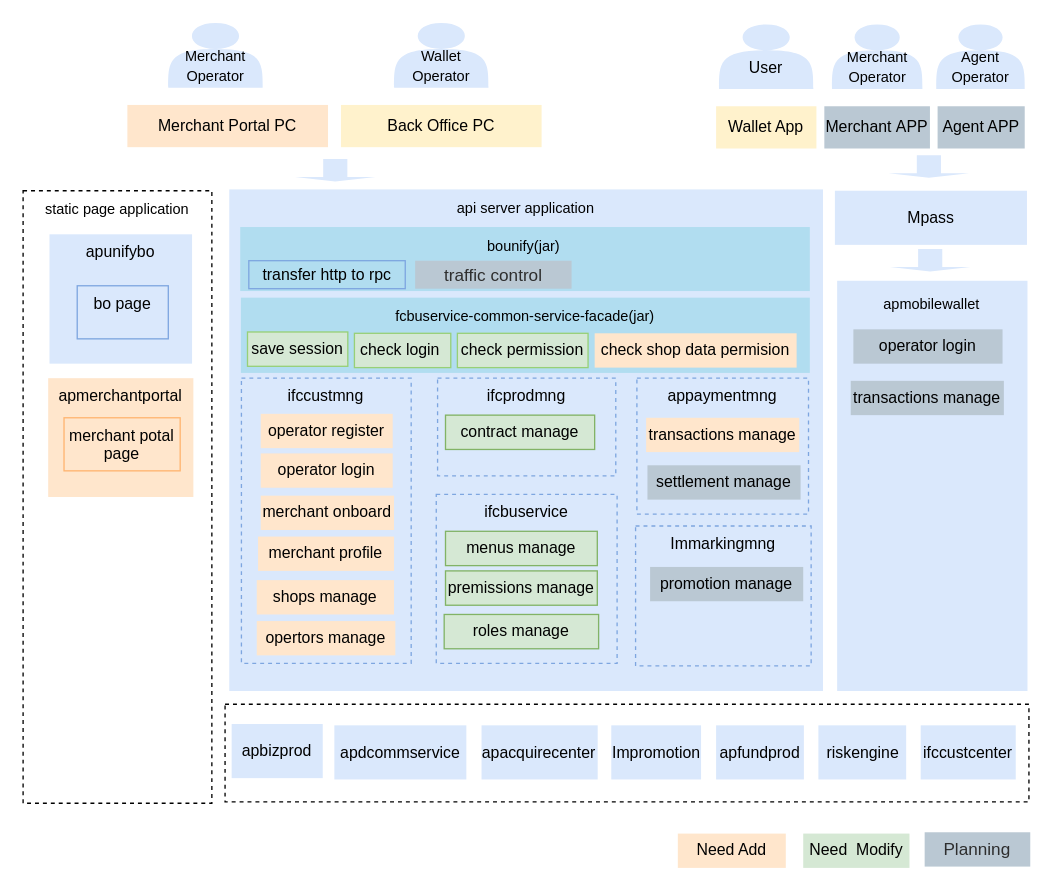
renqiuming/drawio keeps this draw.io diagram as page "架构图" (1 of 3) of Merchant portal.drawio. Above is the earlier version. Source tidied: cells renumbered, new cells numbered last; positions are measured from the earlier drawing's top-left corner, leaving out a move shared by most shapes. Both pictures are drawn from the tidied source at 132%, with x=0, y=0 at pixel (22, 22).
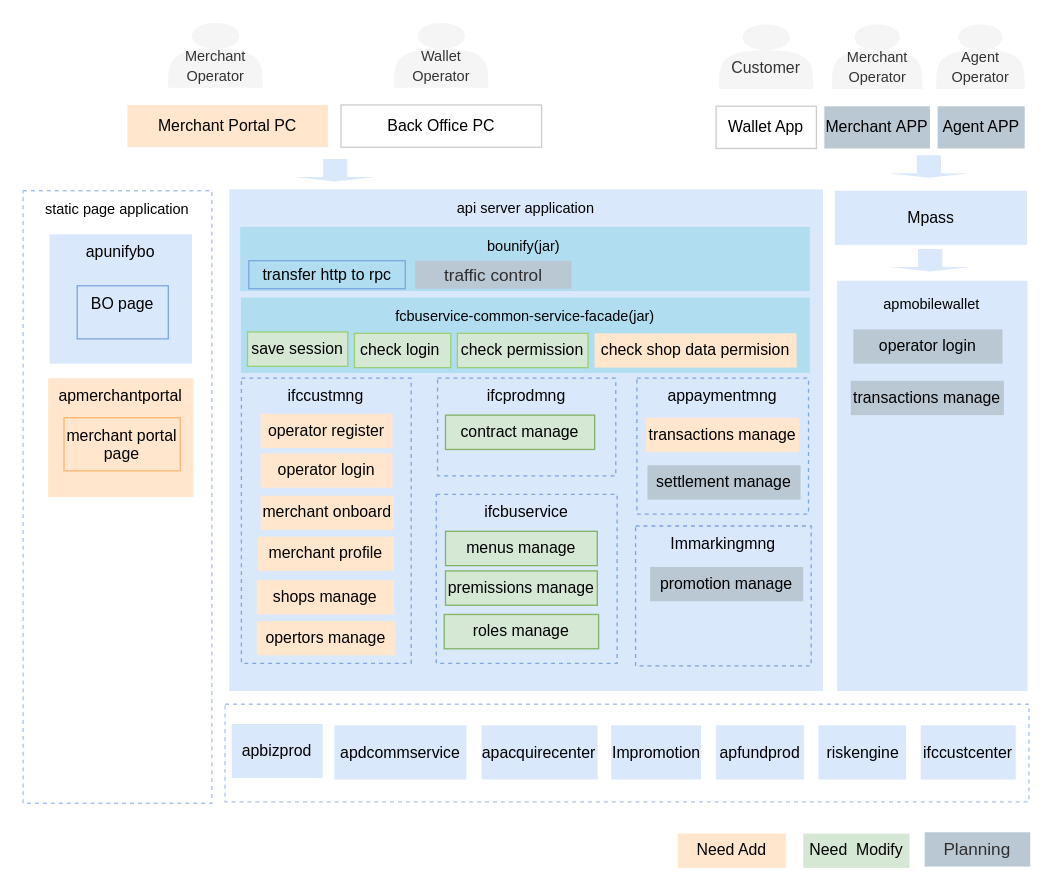
The same diagram, later.

The edit, as a diff of the source:
```diff
@@
-    <mxCell id="11" value="&lt;font style=&quot;font-size: 11px;&quot;&gt;&lt;br style=&quot;font-size: 11px;&quot;&gt;Agent&lt;br&gt;Operator&lt;/font&gt;" style="shape=actor;whiteSpace=wrap;html=1;fillColor=#dae8fc;strokeColor=none;" parent="1" vertex="1">
+    <mxCell id="11" value="&lt;font style=&quot;font-size: 11px;&quot;&gt;&lt;br style=&quot;font-size: 11px;&quot;&gt;Agent&lt;br&gt;Operator&lt;/font&gt;" style="shape=actor;whiteSpace=wrap;html=1;fillColor=#f5f5f5;strokeColor=none;fontColor=#333333;" parent="1" vertex="1">
       <mxGeometry x="691.8" y="1" width="67" height="49" as="geometry" />
     </mxCell>
-    <mxCell id="12" value="&lt;div style=&quot;text-align: start;&quot;&gt;&lt;span style=&quot;font-size: 11px; text-align: center;&quot;&gt;static page application&lt;/span&gt;&lt;br&gt;&lt;/div&gt;" style="rounded=0;whiteSpace=wrap;html=1;fillColor=none;dashed=1;verticalAlign=top;horizontal=1;" parent="1" vertex="1">
+    <mxCell id="12" value="&lt;div style=&quot;text-align: start;&quot;&gt;&lt;span style=&quot;font-size: 11px; text-align: center;&quot;&gt;static page application&lt;/span&gt;&lt;br&gt;&lt;/div&gt;" style="rounded=0;whiteSpace=wrap;html=1;fillColor=none;dashed=1;verticalAlign=top;horizontal=1;strokeColor=#A9C4EB;" parent="1" vertex="1">
       <mxGeometry y="127" width="143" height="464" as="geometry" />
     </mxCell>
@@
-    <mxCell id="16" value="&lt;font style=&quot;font-size: 11px;&quot;&gt;&lt;br style=&quot;font-size: 11px;&quot;&gt;Merchant &lt;br&gt;Operator&lt;/font&gt;" style="shape=actor;whiteSpace=wrap;html=1;fillColor=#dae8fc;strokeColor=none;" parent="1" vertex="1">
+    <mxCell id="16" value="&lt;font style=&quot;font-size: 11px;&quot;&gt;&lt;br style=&quot;font-size: 11px;&quot;&gt;Merchant &lt;br&gt;Operator&lt;/font&gt;" style="shape=actor;whiteSpace=wrap;html=1;fillColor=#f5f5f5;strokeColor=none;fontColor=#333333;" parent="1" vertex="1">
       <mxGeometry x="110" width="71.5" height="49" as="geometry" />
     </mxCell>
-    <mxCell id="17" value="&lt;font style=&quot;font-size: 11px;&quot;&gt;&lt;br style=&quot;font-size: 11px;&quot;&gt;Merchant&lt;br&gt;Operator&lt;/font&gt;" style="shape=actor;whiteSpace=wrap;html=1;fillColor=#dae8fc;strokeColor=none;" parent="1" vertex="1">
+    <mxCell id="17" value="&lt;font style=&quot;font-size: 11px;&quot;&gt;&lt;br style=&quot;font-size: 11px;&quot;&gt;Merchant&lt;br&gt;Operator&lt;/font&gt;" style="shape=actor;whiteSpace=wrap;html=1;fillColor=#f5f5f5;strokeColor=none;fontColor=#333333;" parent="1" vertex="1">
       <mxGeometry x="612.8" y="1" width="68.5" height="49" as="geometry" />
     </mxCell>
-    <mxCell id="18" value="&lt;font style=&quot;font-size: 11px;&quot;&gt;&lt;br style=&quot;font-size: 11px;&quot;&gt;Wallet&lt;br&gt;Operator&lt;/font&gt;" style="shape=actor;whiteSpace=wrap;html=1;fillColor=#dae8fc;strokeColor=none;" parent="1" vertex="1">
+    <mxCell id="18" value="&lt;font style=&quot;font-size: 11px;&quot;&gt;&lt;br style=&quot;font-size: 11px;&quot;&gt;Wallet&lt;br&gt;Operator&lt;/font&gt;" style="shape=actor;whiteSpace=wrap;html=1;fillColor=#f5f5f5;strokeColor=none;fontColor=#333333;" parent="1" vertex="1">
       <mxGeometry x="281.1" width="71.5" height="49" as="geometry" />
     </mxCell>
-    <mxCell id="19" value="&lt;div style=&quot;text-align: start;&quot;&gt;&lt;span style=&quot;caret-color: rgb(46, 46, 46);&quot;&gt;Back Office PC&lt;/span&gt;&lt;/div&gt;" style="rounded=0;whiteSpace=wrap;html=1;fillColor=#fff2cc;strokeColor=none;" parent="1" vertex="1">
+    <mxCell id="19" value="&lt;div style=&quot;text-align: start;&quot;&gt;&lt;span style=&quot;caret-color: rgb(46, 46, 46);&quot;&gt;Back Office PC&lt;/span&gt;&lt;/div&gt;" style="rounded=0;whiteSpace=wrap;html=1;fillColor=none;strokeColor=#CCCCCC;" parent="1" vertex="1">
       <mxGeometry x="240.8" y="62" width="152" height="32" as="geometry" />
     </mxCell>
@@
-    <mxCell id="22" style="rounded=0;whiteSpace=wrap;html=1;dashed=1;fillColor=none;" parent="1" vertex="1">
+    <mxCell id="22" style="rounded=0;whiteSpace=wrap;html=1;dashed=1;fillColor=none;strokeColor=#A9C4EB;" parent="1" vertex="1">
       <mxGeometry x="153" y="516" width="609" height="74" as="geometry" />
     </mxCell>
@@
-    <mxCell id="44" value="&lt;br&gt;User" style="shape=actor;whiteSpace=wrap;html=1;fillColor=#dae8fc;strokeColor=none;" parent="1" vertex="1">
+    <mxCell id="44" value="&lt;br&gt;Customer" style="shape=actor;whiteSpace=wrap;html=1;fillColor=#f5f5f5;strokeColor=none;fontColor=#333333;" parent="1" vertex="1">
       <mxGeometry x="527.2" y="1" width="71.5" height="49" as="geometry" />
     </mxCell>
-    <mxCell id="45" value="&lt;div style=&quot;text-align: start;&quot;&gt;&lt;span style=&quot;caret-color: rgb(46, 46, 46);&quot;&gt;Wallet App&lt;/span&gt;&lt;/div&gt;" style="rounded=0;whiteSpace=wrap;html=1;fillColor=#fff2cc;strokeColor=none;" parent="1" vertex="1">
+    <mxCell id="45" value="&lt;div style=&quot;text-align: start;&quot;&gt;&lt;span style=&quot;caret-color: rgb(46, 46, 46);&quot;&gt;Wallet App&lt;/span&gt;&lt;/div&gt;" style="rounded=0;whiteSpace=wrap;html=1;fillColor=none;strokeColor=#CCCCCC;" parent="1" vertex="1">
       <mxGeometry x="525" y="63" width="76" height="32" as="geometry" />
     </mxCell>
-    <mxCell id="46" value="merchant potal page" style="rounded=0;whiteSpace=wrap;html=1;fillColor=none;strokeColor=#FFB570;verticalAlign=top;" parent="1" vertex="1">
+    <mxCell id="46" value="merchant portal page" style="rounded=0;whiteSpace=wrap;html=1;fillColor=none;strokeColor=#FFB570;verticalAlign=top;" parent="1" vertex="1">
       <mxGeometry x="31" y="299" width="88" height="40.2" as="geometry" />
     </mxCell>
-    <mxCell id="47" value="bo page" style="rounded=0;whiteSpace=wrap;html=1;fillColor=none;strokeColor=#7EA6E0;verticalAlign=top;" parent="1" vertex="1">
+    <mxCell id="47" value="BO page" style="rounded=0;whiteSpace=wrap;html=1;fillColor=none;strokeColor=#7EA6E0;verticalAlign=top;" parent="1" vertex="1">
       <mxGeometry x="41" y="199" width="69" height="40.2" as="geometry" />
     </mxCell>
```
